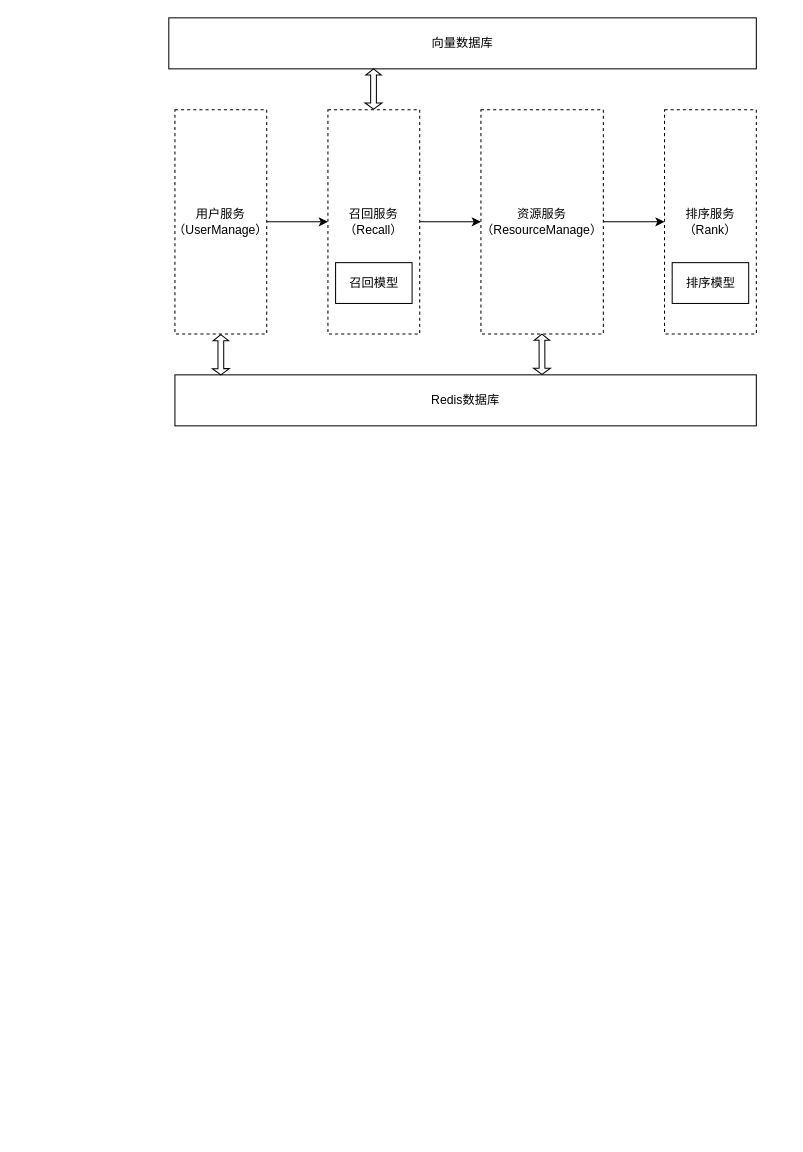
Before: 宇文化.drawio in specychicken/drawIO2, a draw.io diagram. Source tidied: cells renumbered, new cells numbered last; positions are measured from the earlier drawing's top-left corner, leaving out a move shared by most shapes. Both pictures are drawn from the tidied source at 102%, with x=0, y=0 at pixel (168, 17).
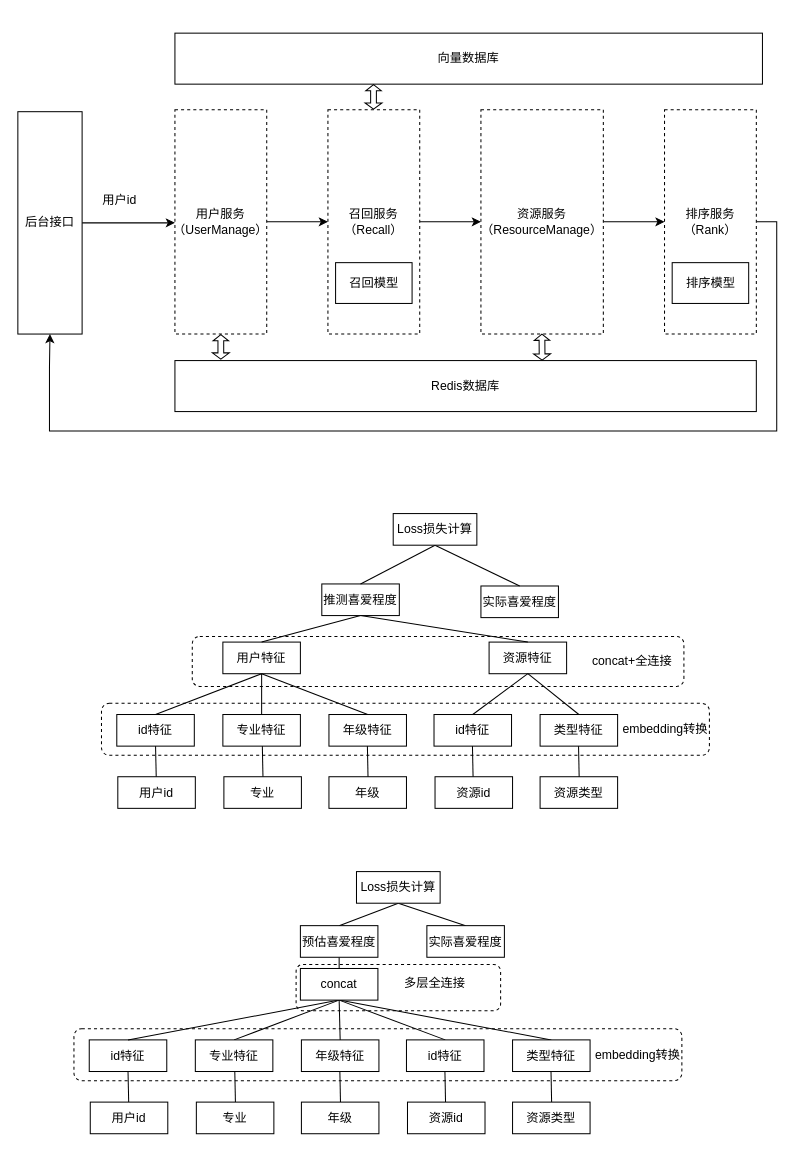
After the change.

Commit message (it also covers changes not shown here):
更新宇文化.drawio

The change refers to these unchanged cells:
```xml
<mxCell id="3" value="用户服务（UserManage）" style="rounded=0;whiteSpace=wrap;html=1;dashed=1;" parent="1" vertex="1">
  <mxGeometry x="6" y="90" width="90" height="220" as="geometry" />
</mxCell>
<mxCell id="8" value="排序服务（Rank）" style="rounded=0;whiteSpace=wrap;html=1;dashed=1;" parent="1" vertex="1">
  <mxGeometry x="486" y="90" width="90" height="220" as="geometry" />
</mxCell>
```

The edit, as a diff of the source:
```diff
@@
+    <mxCell id="16" style="rounded=1;whiteSpace=wrap;html=1;dashed=1;" parent="1" vertex="1">
+      <mxGeometry x="124.8" y="928" width="200.5" height="45.5" as="geometry" />
+    </mxCell>
+    <mxCell id="17" style="rounded=1;whiteSpace=wrap;html=1;dashed=1;" parent="1" vertex="1">
+      <mxGeometry x="23" y="606.5" width="482" height="49" as="geometry" />
+    </mxCell>
+    <mxCell id="18" style="rounded=1;whiteSpace=wrap;html=1;dashed=1;" parent="1" vertex="1">
+      <mxGeometry x="-66" y="672" width="596" height="51" as="geometry" />
+    </mxCell>
@@
+    <mxCell id="19" style="edgeStyle=orthogonalEdgeStyle;rounded=0;jettySize=auto;html=1;exitX=1;exitY=0.5;exitDx=0;exitDy=0;entryX=0.5;entryY=1;entryDx=0;entryDy=0;" parent="1" edge="1" source="8" target="21">
+      <mxGeometry relative="1" as="geometry">
+        <Array as="points">
+          <mxPoint x="596" y="200" />
+          <mxPoint x="596" y="405" />
+          <mxPoint x="-117" y="405" />
+          <mxPoint x="-117" y="343" />
+        </Array>
+      </mxGeometry>
+    </mxCell>
@@
     <mxCell id="9" value="Redis数据库" style="rounded=0;whiteSpace=wrap;html=1;" parent="1" vertex="1">
-      <mxGeometry x="6" y="350" width="570" height="50" as="geometry" />
+      <mxGeometry x="6" y="336" width="570" height="50" as="geometry" />
     </mxCell>
     <mxCell id="10" value="向量数据库" style="rounded=0;whiteSpace=wrap;html=1;" parent="1" vertex="1">
-      <mxGeometry width="576" height="50" as="geometry" />
+      <mxGeometry x="6" y="15" width="576" height="50" as="geometry" />
     </mxCell>
@@
-    <mxCell id="13" style="shape=flexArrow;endArrow=classic;startArrow=classic;html=1;rounded=0;entryX=0.5;entryY=1;entryDx=0;entryDy=0;exitX=0.079;exitY=0.009;exitDx=0;exitDy=0;exitPerimeter=0;width=5.6375838926174495;endSize=1.6818791946308724;endWidth=8.524841223368316;startSize=1.6818791946308724;startWidth=9.981532363407055;" parent="1" edge="1" source="9" target="3">
-      <mxGeometry relative="1" as="geometry" />
+    <mxCell id="13" style="shape=flexArrow;endArrow=classic;startArrow=classic;html=1;rounded=0;entryX=0.5;entryY=1;entryDx=0;entryDy=0;width=5.6375838926174495;endSize=1.6818791946308724;endWidth=8.524841223368316;startSize=1.6818791946308724;startWidth=9.981532363407055;" parent="1" edge="1" target="3">
+      <mxGeometry relative="1" as="geometry">
+        <mxPoint x="51" y="335" as="sourcePoint" />
+      </mxGeometry>
     </mxCell>
-    <mxCell id="14" style="shape=flexArrow;endArrow=classic;startArrow=classic;html=1;rounded=0;entryX=0.5;entryY=1;entryDx=0;entryDy=0;exitX=0.079;exitY=0.009;exitDx=0;exitDy=0;exitPerimeter=0;width=5.6375838926174495;endSize=1.6818791946308724;endWidth=8.524841223368316;startSize=1.6818791946308724;startWidth=9.981532363407055;" parent="1" edge="1">
+    <mxCell id="14" style="shape=flexArrow;endArrow=classic;startArrow=classic;html=1;rounded=0;entryX=0.5;entryY=1;entryDx=0;entryDy=0;width=5.6375838926174495;endSize=1.6818791946308724;endWidth=8.524841223368316;startSize=1.6818791946308724;startWidth=9.981532363407055;" parent="1" edge="1">
       <mxGeometry relative="1" as="geometry">
-        <mxPoint x="365.9" y="350" as="sourcePoint" />
+        <mxPoint x="366" y="336" as="sourcePoint" />
         <mxPoint x="365.8" y="309.6" as="targetPoint" />
       </mxGeometry>
     </mxCell>
-    <mxCell id="15" style="shape=flexArrow;endArrow=classic;startArrow=classic;html=1;rounded=0;entryX=0.5;entryY=1;entryDx=0;entryDy=0;exitX=0.079;exitY=0.009;exitDx=0;exitDy=0;exitPerimeter=0;width=5.6375838926174495;endSize=1.6818791946308724;endWidth=8.524841223368316;startSize=1.6818791946308724;startWidth=9.981532363407055;" parent="1" edge="1">
+    <mxCell id="15" style="shape=flexArrow;endArrow=classic;startArrow=classic;html=1;rounded=0;exitX=0.079;exitY=0.009;exitDx=0;exitDy=0;exitPerimeter=0;width=5.6375838926174495;endSize=1.6818791946308724;endWidth=8.524841223368316;startSize=1.6818791946308724;startWidth=9.981532363407055;entryX=0.338;entryY=0.998;entryDx=0;entryDy=0;entryPerimeter=0;" parent="1" edge="1" target="10">
       <mxGeometry relative="1" as="geometry">
         <mxPoint x="200.7" y="90" as="sourcePoint" />
-        <mxPoint x="200.7" y="49.5" as="targetPoint" />
       </mxGeometry>
     </mxCell>
+    <mxCell id="20" style="edgeStyle=orthogonalEdgeStyle;rounded=0;jettySize=auto;html=1;" parent="1" edge="1" source="21" target="3">
+      <mxGeometry relative="1" as="geometry">
+        <Array as="points">
+          <mxPoint x="-86" y="200" />
+          <mxPoint x="-86" y="200" />
+        </Array>
+      </mxGeometry>
+    </mxCell>
+    <mxCell id="21" value="后台接口" style="rounded=0;whiteSpace=wrap;html=1;" parent="1" vertex="1">
+      <mxGeometry x="-148" y="92" width="63" height="218" as="geometry" />
+    </mxCell>
+    <mxCell id="22" value="用户id" style="text;html=1;strokeColor=none;fillColor=none;align=center;verticalAlign=middle;whiteSpace=wrap;rounded=0;" parent="1" vertex="1">
+      <mxGeometry x="-78" y="164" width="60" height="30" as="geometry" />
+    </mxCell>
+    <mxCell id="23" value="用户id" style="rounded=0;whiteSpace=wrap;html=1;" parent="1" vertex="1">
+      <mxGeometry x="-50" y="744" width="76" height="31" as="geometry" />
+    </mxCell>
+    <mxCell id="24" value="id特征" style="rounded=0;whiteSpace=wrap;html=1;" parent="1" vertex="1">
+      <mxGeometry x="260" y="683" width="76" height="31" as="geometry" />
+    </mxCell>
+    <mxCell id="25" value="id特征" style="rounded=0;whiteSpace=wrap;html=1;" parent="1" vertex="1">
+      <mxGeometry x="-51" y="683" width="76" height="31" as="geometry" />
+    </mxCell>
+    <mxCell id="26" value="专业" style="rounded=0;whiteSpace=wrap;html=1;" parent="1" vertex="1">
+      <mxGeometry x="54" y="744" width="76" height="31" as="geometry" />
+    </mxCell>
+    <mxCell id="27" value="年级" style="rounded=0;whiteSpace=wrap;html=1;" parent="1" vertex="1">
+      <mxGeometry x="157" y="744" width="76" height="31" as="geometry" />
+    </mxCell>
+    <mxCell id="28" value="资源id" style="rounded=0;whiteSpace=wrap;html=1;" parent="1" vertex="1">
+      <mxGeometry x="261" y="744" width="76" height="31" as="geometry" />
+    </mxCell>
+    <mxCell id="29" value="资源类型" style="rounded=0;whiteSpace=wrap;html=1;" parent="1" vertex="1">
+      <mxGeometry x="364" y="744" width="76" height="31" as="geometry" />
+    </mxCell>
+    <mxCell id="30" value="专业特征" style="rounded=0;whiteSpace=wrap;html=1;" parent="1" vertex="1">
+      <mxGeometry x="53" y="683" width="76" height="31" as="geometry" />
+    </mxCell>
+    <mxCell id="31" value="年级特征" style="rounded=0;whiteSpace=wrap;html=1;" parent="1" vertex="1">
+      <mxGeometry x="157" y="683" width="76" height="31" as="geometry" />
+    </mxCell>
+    <mxCell id="32" value="类型特征" style="rounded=0;whiteSpace=wrap;html=1;" parent="1" vertex="1">
+      <mxGeometry x="364" y="683" width="76" height="31" as="geometry" />
+    </mxCell>
+    <mxCell id="33" value="用户特征" style="rounded=0;whiteSpace=wrap;html=1;" parent="1" vertex="1">
+      <mxGeometry x="53" y="612" width="76" height="31" as="geometry" />
+    </mxCell>
+    <mxCell id="34" value="资源特征" style="rounded=0;whiteSpace=wrap;html=1;" parent="1" vertex="1">
+      <mxGeometry x="314" y="612" width="76" height="31" as="geometry" />
+    </mxCell>
+    <mxCell id="35" style="endArrow=none;html=1;rounded=0;entryX=0.5;entryY=1;entryDx=0;entryDy=0;exitX=0.5;exitY=0;exitDx=0;exitDy=0;" parent="1" edge="1" source="25" target="33">
+      <mxGeometry relative="1" as="geometry" />
+    </mxCell>
+    <mxCell id="36" style="endArrow=none;html=1;rounded=0;entryX=0.5;entryY=1;entryDx=0;entryDy=0;" parent="1" edge="1" source="23" target="25">
+      <mxGeometry relative="1" as="geometry" />
+    </mxCell>
+    <mxCell id="37" style="endArrow=none;html=1;rounded=0;entryX=0.5;entryY=1;entryDx=0;entryDy=0;" parent="1" edge="1">
+      <mxGeometry relative="1" as="geometry">
+        <mxPoint x="92.3" y="744" as="sourcePoint" />
+        <mxPoint x="91.7" y="714" as="targetPoint" />
+      </mxGeometry>
+    </mxCell>
+    <mxCell id="38" style="endArrow=none;html=1;rounded=0;entryX=0.5;entryY=1;entryDx=0;entryDy=0;" parent="1" edge="1">
+      <mxGeometry relative="1" as="geometry">
+        <mxPoint x="195.3" y="744" as="sourcePoint" />
+        <mxPoint x="194.7" y="714" as="targetPoint" />
+      </mxGeometry>
+    </mxCell>
+    <mxCell id="39" style="endArrow=none;html=1;rounded=0;entryX=0.5;entryY=1;entryDx=0;entryDy=0;" parent="1" edge="1">
+      <mxGeometry relative="1" as="geometry">
+        <mxPoint x="298.3" y="744" as="sourcePoint" />
+        <mxPoint x="297.7" y="714" as="targetPoint" />
+      </mxGeometry>
+    </mxCell>
+    <mxCell id="40" style="endArrow=none;html=1;rounded=0;entryX=0.5;entryY=1;entryDx=0;entryDy=0;" parent="1" edge="1">
+      <mxGeometry relative="1" as="geometry">
+        <mxPoint x="402.3" y="744" as="sourcePoint" />
+        <mxPoint x="401.7" y="714" as="targetPoint" />
+      </mxGeometry>
+    </mxCell>
+    <mxCell id="41" style="endArrow=none;html=1;rounded=0;entryX=0.5;entryY=1;entryDx=0;entryDy=0;exitX=0.5;exitY=0;exitDx=0;exitDy=0;" parent="1" edge="1" source="30" target="33">
+      <mxGeometry relative="1" as="geometry" />
+    </mxCell>
+    <mxCell id="42" style="endArrow=none;html=1;rounded=0;entryX=0.5;entryY=1;entryDx=0;entryDy=0;exitX=0.5;exitY=0;exitDx=0;exitDy=0;" parent="1" edge="1" source="31" target="33">
+      <mxGeometry relative="1" as="geometry" />
+    </mxCell>
+    <mxCell id="43" style="endArrow=none;html=1;rounded=0;entryX=0.5;entryY=1;entryDx=0;entryDy=0;exitX=0.5;exitY=0;exitDx=0;exitDy=0;" parent="1" edge="1" source="24" target="34">
+      <mxGeometry relative="1" as="geometry" />
+    </mxCell>
+    <mxCell id="44" style="endArrow=none;html=1;rounded=0;entryX=0.5;entryY=0;entryDx=0;entryDy=0;exitX=0.5;exitY=1;exitDx=0;exitDy=0;" parent="1" edge="1" source="34" target="32">
+      <mxGeometry relative="1" as="geometry" />
+    </mxCell>
+    <mxCell id="45" style="endArrow=none;html=1;rounded=0;entryX=0.5;entryY=0;entryDx=0;entryDy=0;exitX=0.5;exitY=1;exitDx=0;exitDy=0;" parent="1" edge="1" source="46" target="33">
+      <mxGeometry relative="1" as="geometry" />
+    </mxCell>
+    <mxCell id="46" value="推测喜爱程度" style="rounded=0;whiteSpace=wrap;html=1;" parent="1" vertex="1">
+      <mxGeometry x="150" y="555" width="76" height="31" as="geometry" />
+    </mxCell>
+    <mxCell id="47" value="实际喜爱程度" style="rounded=0;whiteSpace=wrap;html=1;" parent="1" vertex="1">
+      <mxGeometry x="306" y="557" width="76" height="31" as="geometry" />
+    </mxCell>
+    <mxCell id="48" style="endArrow=none;html=1;rounded=0;entryX=0.5;entryY=0;entryDx=0;entryDy=0;exitX=0.5;exitY=1;exitDx=0;exitDy=0;" parent="1" edge="1" source="46" target="34">
+      <mxGeometry relative="1" as="geometry" />
+    </mxCell>
+    <mxCell id="49" style="endArrow=none;html=1;rounded=0;exitX=0.5;exitY=0;exitDx=0;exitDy=0;entryX=0.5;entryY=1;entryDx=0;entryDy=0;" parent="1" edge="1" source="46" target="51">
+      <mxGeometry relative="1" as="geometry" />
+    </mxCell>
+    <mxCell id="50" style="endArrow=none;html=1;rounded=0;entryX=0.5;entryY=0;entryDx=0;entryDy=0;exitX=0.5;exitY=1;exitDx=0;exitDy=0;" parent="1" edge="1" source="51" target="47">
+      <mxGeometry relative="1" as="geometry" />
+    </mxCell>
+    <mxCell id="51" value="Loss损失计算" style="rounded=0;whiteSpace=wrap;html=1;" parent="1" vertex="1">
+      <mxGeometry x="220" y="486" width="82" height="31" as="geometry" />
+    </mxCell>
+    <mxCell id="52" value="concat+全连接" style="text;html=1;strokeColor=none;fillColor=none;align=center;verticalAlign=middle;whiteSpace=wrap;rounded=0;dashed=1;" parent="1" vertex="1">
+      <mxGeometry x="411" y="616" width="87" height="30" as="geometry" />
+    </mxCell>
+    <mxCell id="53" value="embedding转换" style="text;html=1;strokeColor=none;fillColor=none;align=center;verticalAlign=middle;whiteSpace=wrap;rounded=0;dashed=1;" parent="1" vertex="1">
+      <mxGeometry x="444" y="683" width="86" height="30" as="geometry" />
+    </mxCell>
+    <mxCell id="54" style="rounded=1;whiteSpace=wrap;html=1;dashed=1;" parent="1" vertex="1">
+      <mxGeometry x="-93" y="991" width="596" height="51" as="geometry" />
+    </mxCell>
+    <mxCell id="55" value="用户id" style="rounded=0;whiteSpace=wrap;html=1;" parent="1" vertex="1">
+      <mxGeometry x="-77" y="1063" width="76" height="31" as="geometry" />
+    </mxCell>
+    <mxCell id="56" style="edgeStyle=none;rounded=0;jettySize=auto;html=1;exitX=0.5;exitY=0;exitDx=0;exitDy=0;endArrow=none;endFill=0;startArrow=none;" parent="1" edge="1" source="83">
+      <mxGeometry relative="1" as="geometry">
+        <mxPoint x="167" y="933.6" as="targetPoint" />
+      </mxGeometry>
+    </mxCell>
+    <mxCell id="57" style="edgeStyle=none;rounded=0;jettySize=auto;html=1;exitX=0.5;exitY=0;exitDx=0;exitDy=0;entryX=0.5;entryY=1;entryDx=0;entryDy=0;endArrow=none;endFill=0;" parent="1" edge="1" source="58" target="83">
+      <mxGeometry relative="1" as="geometry" />
+    </mxCell>
+    <mxCell id="58" value="id特征" style="rounded=0;whiteSpace=wrap;html=1;" parent="1" vertex="1">
+      <mxGeometry x="233" y="1002" width="76" height="31" as="geometry" />
+    </mxCell>
+    <mxCell id="59" value="id特征" style="rounded=0;whiteSpace=wrap;html=1;" parent="1" vertex="1">
+      <mxGeometry x="-78" y="1002" width="76" height="31" as="geometry" />
+    </mxCell>
+    <mxCell id="60" value="专业" style="rounded=0;whiteSpace=wrap;html=1;" parent="1" vertex="1">
+      <mxGeometry x="27" y="1063" width="76" height="31" as="geometry" />
+    </mxCell>
+    <mxCell id="61" value="年级" style="rounded=0;whiteSpace=wrap;html=1;" parent="1" vertex="1">
+      <mxGeometry x="130" y="1063" width="76" height="31" as="geometry" />
+    </mxCell>
+    <mxCell id="62" value="资源id" style="rounded=0;whiteSpace=wrap;html=1;" parent="1" vertex="1">
+      <mxGeometry x="234" y="1063" width="76" height="31" as="geometry" />
+    </mxCell>
+    <mxCell id="63" value="资源类型" style="rounded=0;whiteSpace=wrap;html=1;" parent="1" vertex="1">
+      <mxGeometry x="337" y="1063" width="76" height="31" as="geometry" />
+    </mxCell>
+    <mxCell id="64" style="rounded=0;jettySize=auto;html=1;exitX=0.5;exitY=0;exitDx=0;exitDy=0;entryX=0.5;entryY=1;entryDx=0;entryDy=0;endArrow=none;endFill=0;" parent="1" edge="1" source="65" target="83">
+      <mxGeometry relative="1" as="geometry" />
+    </mxCell>
+    <mxCell id="65" value="专业特征" style="rounded=0;whiteSpace=wrap;html=1;" parent="1" vertex="1">
+      <mxGeometry x="26" y="1002" width="76" height="31" as="geometry" />
+    </mxCell>
+    <mxCell id="66" style="edgeStyle=none;rounded=0;jettySize=auto;html=1;exitX=0.5;exitY=0;exitDx=0;exitDy=0;entryX=0.5;entryY=1;entryDx=0;entryDy=0;endArrow=none;endFill=0;" parent="1" edge="1" source="67" target="83">
+      <mxGeometry relative="1" as="geometry" />
+    </mxCell>
+    <mxCell id="67" value="年级特征" style="rounded=0;whiteSpace=wrap;html=1;" parent="1" vertex="1">
+      <mxGeometry x="130" y="1002" width="76" height="31" as="geometry" />
+    </mxCell>
+    <mxCell id="68" style="edgeStyle=none;rounded=0;jettySize=auto;html=1;exitX=0.5;exitY=0;exitDx=0;exitDy=0;entryX=0.5;entryY=1;entryDx=0;entryDy=0;endArrow=none;endFill=0;" parent="1" edge="1" source="69" target="83">
+      <mxGeometry relative="1" as="geometry" />
+    </mxCell>
+    <mxCell id="69" value="类型特征" style="rounded=0;whiteSpace=wrap;html=1;" parent="1" vertex="1">
+      <mxGeometry x="337" y="1002" width="76" height="31" as="geometry" />
+    </mxCell>
+    <mxCell id="70" style="endArrow=none;html=1;rounded=0;entryX=0.5;entryY=1;entryDx=0;entryDy=0;" parent="1" edge="1" source="55" target="59">
+      <mxGeometry relative="1" as="geometry" />
+    </mxCell>
+    <mxCell id="71" style="endArrow=none;html=1;rounded=0;entryX=0.5;entryY=1;entryDx=0;entryDy=0;" parent="1" edge="1">
+      <mxGeometry relative="1" as="geometry">
+        <mxPoint x="65.3" y="1063" as="sourcePoint" />
+        <mxPoint x="64.7" y="1033" as="targetPoint" />
+      </mxGeometry>
+    </mxCell>
+    <mxCell id="72" style="endArrow=none;html=1;rounded=0;entryX=0.5;entryY=1;entryDx=0;entryDy=0;" parent="1" edge="1">
+      <mxGeometry relative="1" as="geometry">
+        <mxPoint x="168.3" y="1063" as="sourcePoint" />
+        <mxPoint x="167.7" y="1033" as="targetPoint" />
+      </mxGeometry>
+    </mxCell>
+    <mxCell id="73" style="endArrow=none;html=1;rounded=0;entryX=0.5;entryY=1;entryDx=0;entryDy=0;" parent="1" edge="1">
+      <mxGeometry relative="1" as="geometry">
+        <mxPoint x="271.3" y="1063" as="sourcePoint" />
+        <mxPoint x="270.7" y="1033" as="targetPoint" />
+      </mxGeometry>
+    </mxCell>
+    <mxCell id="74" style="endArrow=none;html=1;rounded=0;entryX=0.5;entryY=1;entryDx=0;entryDy=0;" parent="1" edge="1">
+      <mxGeometry relative="1" as="geometry">
+        <mxPoint x="375.3" y="1063" as="sourcePoint" />
+        <mxPoint x="374.7" y="1033" as="targetPoint" />
+      </mxGeometry>
+    </mxCell>
+    <mxCell id="75" value="embedding转换" style="text;html=1;strokeColor=none;fillColor=none;align=center;verticalAlign=middle;whiteSpace=wrap;rounded=0;dashed=1;" parent="1" vertex="1">
+      <mxGeometry x="417" y="1002" width="86" height="30" as="geometry" />
+    </mxCell>
+    <mxCell id="76" style="edgeStyle=none;rounded=0;jettySize=auto;html=1;exitX=0.5;exitY=0;exitDx=0;exitDy=0;entryX=0.5;entryY=1;entryDx=0;entryDy=0;endArrow=none;endFill=0;" parent="1" edge="1" source="83" target="79">
+      <mxGeometry relative="1" as="geometry" />
+    </mxCell>
+    <mxCell id="77" style="endArrow=none;html=1;rounded=0;exitX=0.5;exitY=0;exitDx=0;exitDy=0;entryX=0.5;entryY=1;entryDx=0;entryDy=0;" parent="1" edge="1" source="59" target="83">
+      <mxGeometry relative="1" as="geometry" />
+    </mxCell>
+    <mxCell id="78" style="edgeStyle=none;rounded=0;jettySize=auto;html=1;exitX=0.5;exitY=0;exitDx=0;exitDy=0;entryX=0.5;entryY=1;entryDx=0;entryDy=0;endArrow=none;endFill=0;" parent="1" edge="1" source="79" target="82">
+      <mxGeometry relative="1" as="geometry" />
+    </mxCell>
+    <mxCell id="79" value="预估喜爱程度" style="rounded=0;whiteSpace=wrap;html=1;" parent="1" vertex="1">
+      <mxGeometry x="129" y="890" width="76" height="31" as="geometry" />
+    </mxCell>
+    <mxCell id="80" style="edgeStyle=none;rounded=0;jettySize=auto;html=1;exitX=0.5;exitY=0;exitDx=0;exitDy=0;entryX=0.5;entryY=1;entryDx=0;entryDy=0;endArrow=none;endFill=0;" parent="1" edge="1" source="81" target="82">
+      <mxGeometry relative="1" as="geometry" />
+    </mxCell>
+    <mxCell id="81" value="实际喜爱程度" style="rounded=0;whiteSpace=wrap;html=1;" parent="1" vertex="1">
+      <mxGeometry x="253" y="890" width="76" height="31" as="geometry" />
+    </mxCell>
+    <mxCell id="82" value="Loss损失计算" style="rounded=0;whiteSpace=wrap;html=1;" parent="1" vertex="1">
+      <mxGeometry x="184" y="837" width="82" height="31" as="geometry" />
+    </mxCell>
+    <mxCell id="83" value="concat" style="rounded=0;whiteSpace=wrap;html=1;" parent="1" vertex="1">
+      <mxGeometry x="129" y="932" width="76" height="31" as="geometry" />
+    </mxCell>
+    <mxCell id="84" value="多层全连接" style="text;html=1;strokeColor=none;fillColor=none;align=center;verticalAlign=middle;whiteSpace=wrap;rounded=0;dashed=1;" parent="1" vertex="1">
+      <mxGeometry x="218" y="932" width="86" height="30" as="geometry" />
+    </mxCell>
```
